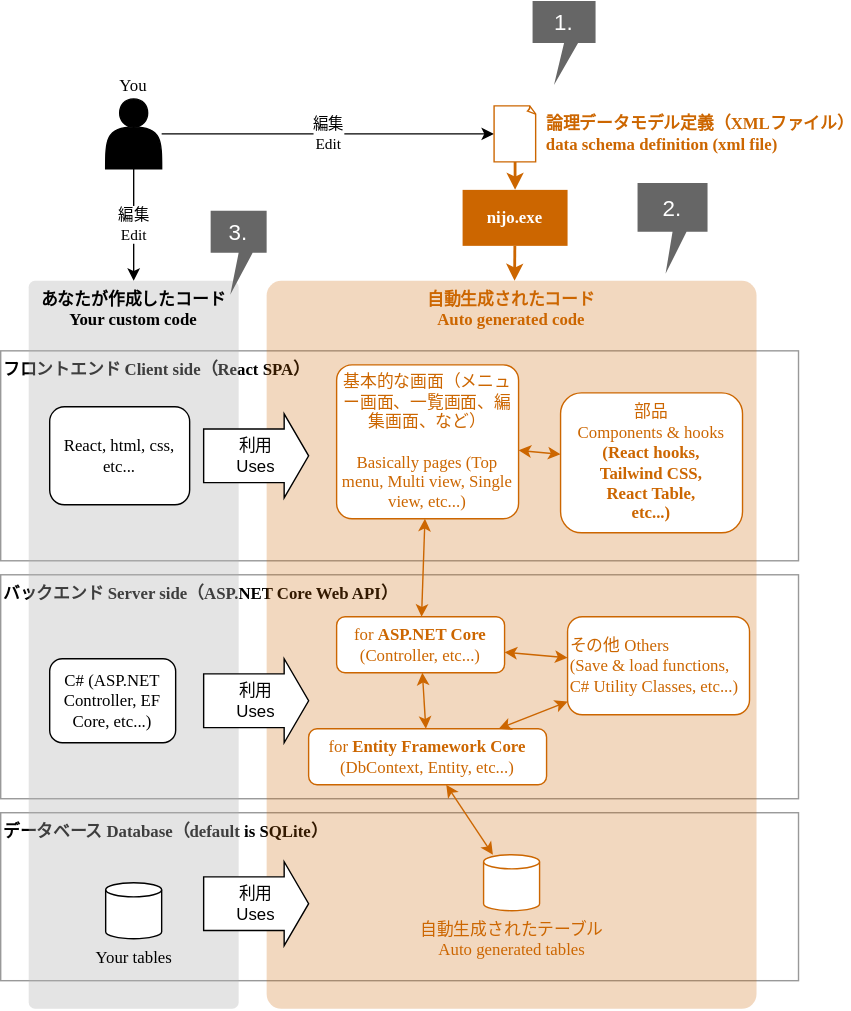
The draw.io diagram README_files/README.drawio.svg in halllky/NijoApplicationBuilder, before a commit. Source tidied: cells renumbered, new cells last; positions are measured from the earlier drawing's top-left corner, leaving out a move shared by most shapes.
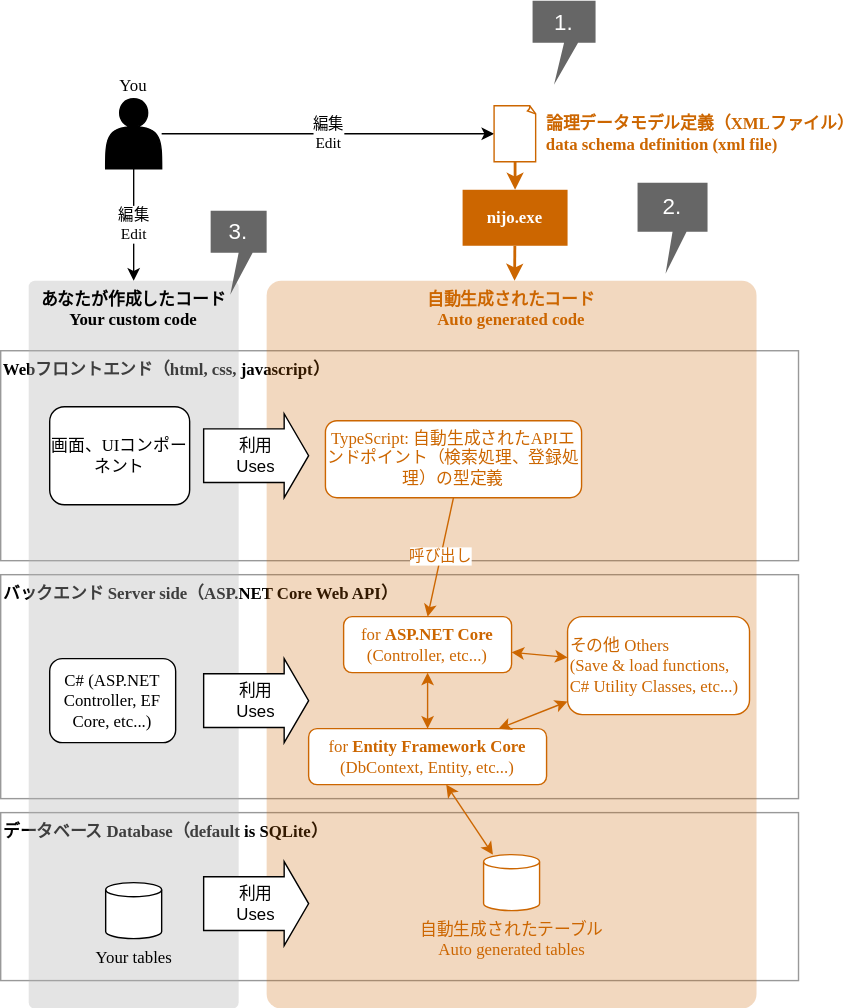
Later version of the same file.

Diff of the diagram source:
```diff
@@ -8,7 +8,7 @@
     <mxCell id="3" value="&lt;b&gt;バックエンド Server side（ASP.NET Core Web API）&lt;/b&gt;" style="whiteSpace=wrap;html=1;align=left;verticalAlign=top;fontFamily=Comic Sans MS;strokeColor=#999999;" parent="1" vertex="1">
       <mxGeometry y="410" width="570" height="160" as="geometry" />
     </mxCell>
-    <mxCell id="4" value="&lt;b&gt;フロントエンド Client side（React SPA）&lt;/b&gt;" style="whiteSpace=wrap;html=1;align=left;verticalAlign=top;fontFamily=Comic Sans MS;strokeColor=#999999;" parent="1" vertex="1">
+    <mxCell id="4" value="&lt;b&gt;Webフロントエンド（html, css, javascript）&lt;/b&gt;" style="whiteSpace=wrap;html=1;align=left;verticalAlign=top;fontFamily=Comic Sans MS;strokeColor=#999999;" parent="1" vertex="1">
       <mxGeometry y="250" width="570" height="150" as="geometry" />
     </mxCell>
     <mxCell id="5" value="自動生成されたコード&lt;br&gt;Auto generated code" style="whiteSpace=wrap;html=1;align=center;verticalAlign=top;fontFamily=Comic Sans MS;fillColor=#CC6600;strokeColor=none;rounded=1;glass=0;shadow=0;arcSize=3;strokeWidth=2;fontColor=#CC6600;fontStyle=1;opacity=25;" parent="1" vertex="1">
@@ -29,15 +29,9 @@
     <mxCell id="10" value="&lt;span style=&quot;&quot;&gt;論理データモデル定義（XMLファイル）&lt;/span&gt;&lt;br style=&quot;border-color: var(--border-color);&quot;&gt;&lt;span style=&quot;&quot;&gt;data schema definition (xml file)&lt;/span&gt;" style="html=1;shape=mxgraph.basic.document;fontFamily=Comic Sans MS;fillColor=default;labelPosition=right;verticalLabelPosition=middle;align=left;verticalAlign=middle;spacingLeft=5;strokeColor=#CC6600;fontColor=#CC6600;fontStyle=1;" parent="1" vertex="1">
       <mxGeometry x="352.5" y="75" width="30" height="40" as="geometry" />
     </mxCell>
-    <mxCell id="11" value="部品&lt;br&gt;Components &amp;amp; hooks&lt;br&gt;&lt;b&gt;(React hooks,&lt;/b&gt;&lt;br&gt;&lt;b&gt;Tailwind CSS,&lt;/b&gt;&lt;br&gt;&lt;b&gt;React Table,&lt;/b&gt;&lt;br&gt;&lt;b&gt;etc...)&lt;/b&gt;" style="whiteSpace=wrap;html=1;align=center;verticalAlign=middle;fontFamily=Comic Sans MS;rounded=1;fontColor=#CC6600;strokeColor=#CC6600;" parent="1" vertex="1">
-      <mxGeometry x="400" y="280" width="130" height="100" as="geometry" />
+    <mxCell id="11" value="&lt;div&gt;TypeScript:&amp;nbsp;&lt;span style=&quot;background-color: transparent;&quot;&gt;自動生成されたAPIエンドポイント（検索処理、登録処理）の型定義&lt;/span&gt;&lt;/div&gt;" style="whiteSpace=wrap;html=1;align=center;verticalAlign=middle;fontFamily=Comic Sans MS;rounded=1;fontColor=#CC6600;strokeColor=#CC6600;" parent="1" vertex="1">
+      <mxGeometry x="232" y="300" width="183" height="55" as="geometry" />
     </mxCell>
-    <mxCell id="12" style="edgeStyle=none;shape=connector;rounded=1;html=1;labelBackgroundColor=default;strokeColor=#CC6600;strokeWidth=1;fontFamily=Comic Sans MS;fontSize=11;fontColor=#CC6600;endArrow=classic;startArrow=classic;startFill=1;" parent="1" edge="1" source="13" target="11">
-      <mxGeometry relative="1" as="geometry" />
-    </mxCell>
-    <mxCell id="13" value="基本的な画面（メニュー画面、一覧画面、編集画面、など）&lt;br&gt;&lt;br&gt;Basically pages (Top menu, Multi view, Single view, etc...)" style="whiteSpace=wrap;html=1;align=center;verticalAlign=middle;fontFamily=Comic Sans MS;rounded=1;arcSize=10;fontColor=#CC6600;strokeColor=#CC6600;" parent="1" vertex="1">
-      <mxGeometry x="240" y="260" width="130" height="110" as="geometry" />
-    </mxCell>
     <mxCell id="14" value="&lt;span style=&quot;color: rgb(0, 0, 0);&quot;&gt;編集&lt;/span&gt;&lt;br style=&quot;border-color: var(--border-color); color: rgb(0, 0, 0);&quot;&gt;&lt;span style=&quot;color: rgb(0, 0, 0);&quot;&gt;Edit&lt;/span&gt;" style="shape=connector;rounded=1;html=1;labelBackgroundColor=default;strokeColor=default;strokeWidth=1;fontFamily=Comic Sans MS;fontSize=11;fontColor=#CC6600;endArrow=classic;exitX=0.5;exitY=1;exitDx=0;exitDy=0;" parent="1" edge="1" source="8" target="6">
       <mxGeometry relative="1" as="geometry" />
     </mxCell>
@@ -48,7 +42,7 @@
       <mxGeometry x="330" y="135" width="75" height="40" as="geometry" />
     </mxCell>
     <mxCell id="17" value="for&lt;b&gt; ASP.NET Core&lt;br&gt;&lt;/b&gt;(Controller, etc...)" style="whiteSpace=wrap;html=1;align=center;verticalAlign=middle;fontFamily=Comic Sans MS;rounded=1;fontColor=#CC6600;strokeColor=#CC6600;" parent="1" vertex="1">
-      <mxGeometry x="240" y="440" width="120" height="40" as="geometry" />
+      <mxGeometry x="245" y="440" width="120" height="40" as="geometry" />
     </mxCell>
     <mxCell id="18" value="for&lt;b&gt; Entity Framework Core&lt;br&gt;&lt;/b&gt;(DbContext, Entity, etc...)" style="whiteSpace=wrap;html=1;align=center;verticalAlign=middle;fontFamily=Comic Sans MS;rounded=1;fontColor=#CC6600;strokeColor=#CC6600;" parent="1" vertex="1">
       <mxGeometry x="220" y="520" width="170" height="40" as="geometry" />
@@ -59,7 +53,7 @@
     <mxCell id="20" value="自動生成されたテーブル&lt;br&gt;Auto generated tables" style="shape=cylinder3;html=1;boundedLbl=1;backgroundOutline=1;size=5.043769387637667;rounded=1;shadow=0;glass=0;sketch=0;strokeColor=#CC6600;strokeWidth=1;fontFamily=Comic Sans MS;fontColor=#CC6600;fillColor=default;labelPosition=center;verticalLabelPosition=bottom;align=center;verticalAlign=top;" parent="1" vertex="1">
       <mxGeometry x="345" y="610" width="40" height="40" as="geometry" />
     </mxCell>
-    <mxCell id="21" value="React, html, css, etc..." style="whiteSpace=wrap;html=1;align=center;verticalAlign=middle;fontFamily=Comic Sans MS;rounded=1;strokeColor=default;" parent="1" vertex="1">
+    <mxCell id="21" value="画面、UIコンポーネント" style="whiteSpace=wrap;html=1;align=center;verticalAlign=middle;fontFamily=Comic Sans MS;rounded=1;strokeColor=default;" parent="1" vertex="1">
       <mxGeometry x="35" y="290" width="100" height="70" as="geometry" />
     </mxCell>
     <mxCell id="22" value="C# (ASP.NET Controller, EF Core, etc...)" style="whiteSpace=wrap;html=1;align=center;verticalAlign=middle;fontFamily=Comic Sans MS;rounded=1;" parent="1" vertex="1">
@@ -68,7 +62,7 @@
     <mxCell id="23" value="Your tables" style="shape=cylinder3;html=1;boundedLbl=1;backgroundOutline=1;size=5.043769387637667;rounded=1;shadow=0;glass=0;sketch=0;strokeColor=default;strokeWidth=1;fontFamily=Comic Sans MS;fontColor=default;fillColor=default;labelPosition=center;verticalLabelPosition=bottom;align=center;verticalAlign=top;" parent="1" vertex="1">
       <mxGeometry x="75" y="630" width="40" height="40" as="geometry" />
     </mxCell>
-    <mxCell id="24" style="edgeStyle=none;shape=connector;rounded=1;html=1;labelBackgroundColor=default;strokeColor=#CC6600;strokeWidth=1;fontFamily=Comic Sans MS;fontSize=11;fontColor=#CC6600;endArrow=classic;startArrow=classic;startFill=1;" parent="1" edge="1" source="17" target="13">
+    <mxCell id="24" value="呼び出し" style="edgeStyle=none;shape=connector;rounded=1;html=1;labelBackgroundColor=default;strokeColor=#CC6600;strokeWidth=1;fontFamily=Comic Sans MS;fontSize=11;fontColor=#CC6600;endArrow=classic;startArrow=none;startFill=0;exitX=0.5;exitY=1;exitDx=0;exitDy=0;entryX=0.5;entryY=0;entryDx=0;entryDy=0;" parent="1" edge="1" source="11" target="17">
       <mxGeometry relative="1" as="geometry" />
     </mxCell>
     <mxCell id="25" style="edgeStyle=none;shape=connector;rounded=1;html=1;labelBackgroundColor=default;strokeColor=#CC6600;strokeWidth=1;fontFamily=Comic Sans MS;fontSize=11;fontColor=#CC6600;endArrow=classic;startArrow=classic;startFill=1;" parent="1" edge="1" source="18" target="17">
```
